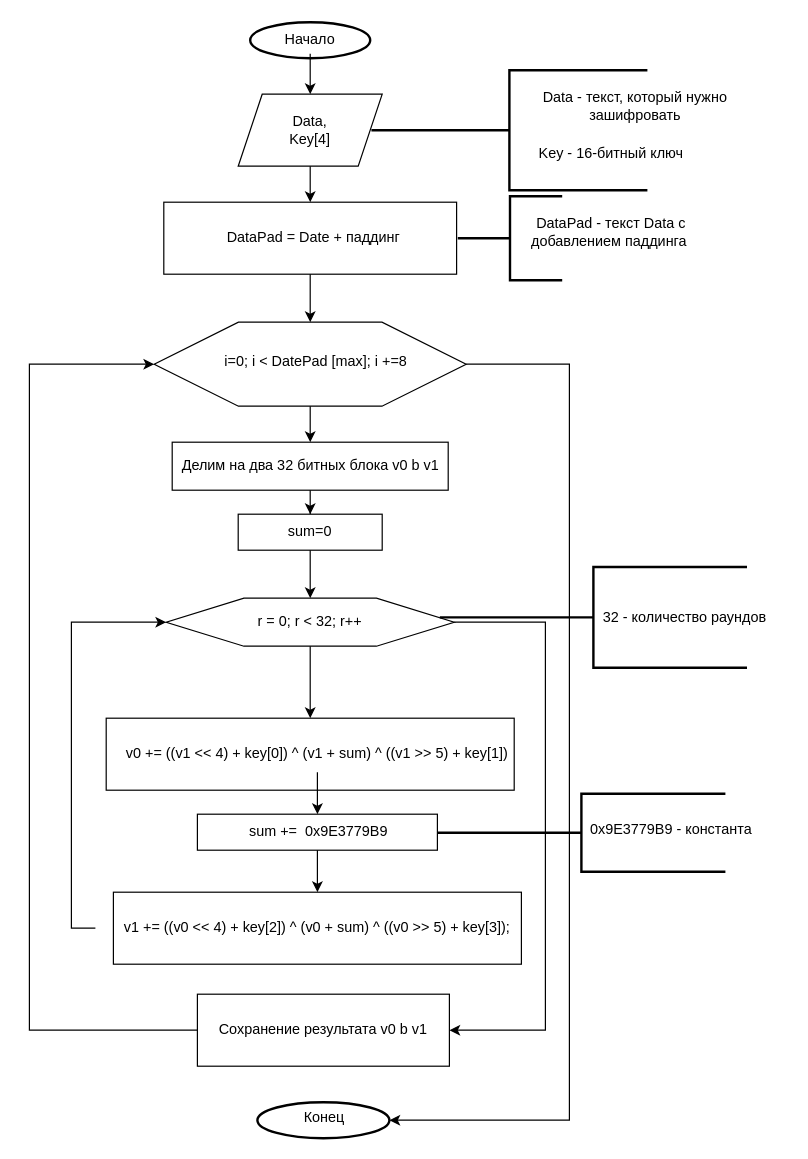
Before: Блок_схема_шифрования TEA.drawio in EvAnGEL0/databases, a draw.io diagram. Source tidied: cells renumbered, new cells numbered last; positions are measured from the earlier drawing's top-left corner, leaving out a move shared by most shapes. Both pictures are drawn from the tidied source at 120%, with x=0, y=0 at pixel (29, 22).
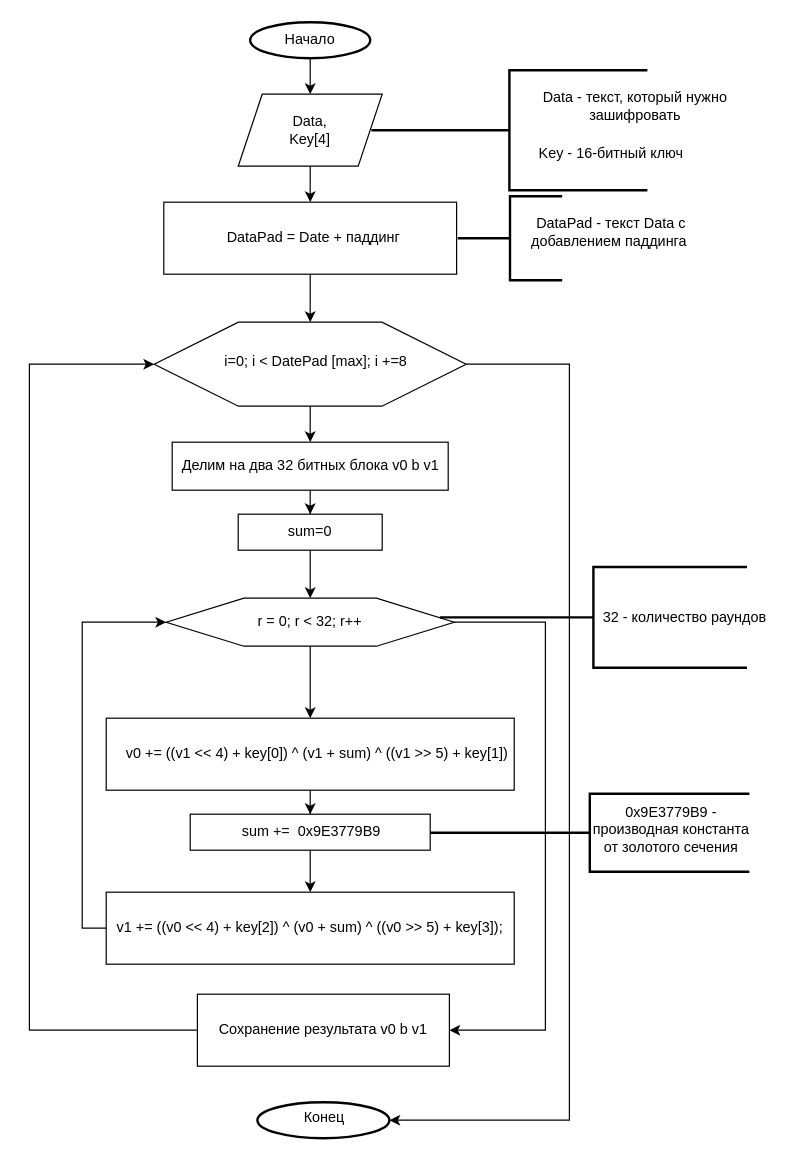
The same diagram, later.

Unchanged cells that the change refers to:
```xml
<mxCell id="3" style="strokeWidth=2;html=1;shape=mxgraph.flowchart.start_2;whiteSpace=wrap;" parent="2" vertex="1">
  <mxGeometry width="100" height="30" as="geometry" />
</mxCell>
<mxCell id="4" value="Начало" style="text;html=1;whiteSpace=wrap;strokeColor=none;fillColor=none;align=center;verticalAlign=middle;rounded=0;" parent="2" vertex="1">
  <mxGeometry x="20" y="3.8" width="60" height="22.5" as="geometry" />
</mxCell>
<mxCell id="9" style="shape=parallelogram;perimeter=parallelogramPerimeter;whiteSpace=wrap;html=1;fixedSize=1;" parent="8" vertex="1">
  <mxGeometry width="120" height="60" as="geometry" />
</mxCell>
<mxCell id="33" style="whiteSpace=wrap;html=1;" parent="1" vertex="1">
  <mxGeometry x="64" y="580" width="340" height="60" as="geometry" />
</mxCell>
<mxCell id="35" value="v0 += ((v1 &amp;lt;&amp;lt; 4) + key[0]) ^ (v1 + sum) ^ ((v1 &amp;gt;&amp;gt; 5) + key[1])" style="text;html=1;whiteSpace=wrap;strokeColor=none;fillColor=none;align=center;verticalAlign=middle;rounded=0;" parent="1" vertex="1">
  <mxGeometry x="70" y="595" width="340" height="30" as="geometry" />
</mxCell>
<mxCell id="37" style="verticalLabelPosition=bottom;verticalAlign=top;html=1;shape=hexagon;perimeter=hexagonPerimeter2;arcSize=6;size=0.27;" parent="36" vertex="1">
  <mxGeometry width="240" height="40" as="geometry" />
</mxCell>
<mxCell id="43" style="whiteSpace=wrap;html=1;" parent="42" vertex="1">
  <mxGeometry width="200" height="30" as="geometry" />
</mxCell>
<mxCell id="47" style="whiteSpace=wrap;html=1;" parent="46" vertex="1">
  <mxGeometry x="15" width="340" height="60" as="geometry" />
</mxCell>
<mxCell id="48" value="v1 += ((v0 &amp;lt;&amp;lt; 4) + key[2]) ^ (v0 + sum) ^ ((v0 &amp;gt;&amp;gt; 5) + key[3]);" style="text;html=1;whiteSpace=wrap;strokeColor=none;fillColor=none;align=center;verticalAlign=middle;rounded=0;" parent="46" vertex="1">
  <mxGeometry y="15" width="370" height="30" as="geometry" />
</mxCell>
```

Diff of the diagram source:
```diff
@@
-    <mxCell id="14" style="edgeStyle=orthogonalEdgeStyle;rounded=0;jettySize=auto;html=1;exitX=0.5;exitY=1;exitDx=0;exitDy=0;entryX=0.5;entryY=0;entryDx=0;entryDy=0;" parent="1" edge="1" source="4" target="9">
-      <mxGeometry relative="1" as="geometry" />
-    </mxCell>
@@
+    <mxCell id="60" style="edgeStyle=orthogonalEdgeStyle;rounded=0;jettySize=auto;html=1;entryX=0.5;entryY=0;entryDx=0;entryDy=0;" parent="1" edge="1" source="33" target="43">
+      <mxGeometry relative="1" as="geometry" />
+    </mxCell>
@@
-    <mxCell id="34" style="edgeStyle=orthogonalEdgeStyle;rounded=0;jettySize=auto;html=1;" parent="1" edge="1" source="35" target="43">
-      <mxGeometry relative="1" as="geometry" />
-    </mxCell>
@@
     <mxCell id="42" style="group;" parent="1" vertex="1">
-      <mxGeometry x="140" y="660" width="200" height="30" as="geometry" />
+      <mxGeometry x="134" y="660" width="200" height="30" as="geometry" />
     </mxCell>
@@
     <mxCell id="46" style="group;" parent="1" vertex="1">
-      <mxGeometry x="55" y="725" width="370" height="60" as="geometry" />
+      <mxGeometry x="49" y="725" width="370" height="60" as="geometry" />
     </mxCell>
@@
     <mxCell id="49" style="strokeWidth=2;html=1;shape=mxgraph.flowchart.annotation_2;align=left;labelPosition=right;" parent="1" vertex="1">
-      <mxGeometry x="340" y="643" width="240" height="65" as="geometry" />
+      <mxGeometry x="334" y="643" width="266" height="65" as="geometry" />
     </mxCell>
-    <mxCell id="50" value="0x9E3779B9 - константа" style="text;html=1;whiteSpace=wrap;strokeColor=none;fillColor=none;align=center;verticalAlign=middle;rounded=0;" parent="1" vertex="1">
+    <mxCell id="50" value="0x9E3779B9 - производная константа от золотого сечения" style="text;html=1;whiteSpace=wrap;strokeColor=none;fillColor=none;align=center;verticalAlign=middle;rounded=0;" parent="1" vertex="1">
       <mxGeometry x="465" y="658" width="140" height="30" as="geometry" />
     </mxCell>
-    <mxCell id="51" style="edgeStyle=orthogonalEdgeStyle;rounded=0;jettySize=auto;html=1;exitX=0;exitY=0.5;exitDx=0;exitDy=0;entryX=0;entryY=0.5;entryDx=0;entryDy=0;" parent="1" edge="1" source="48" target="37">
-      <mxGeometry relative="1" as="geometry" />
-    </mxCell>
@@
+    <mxCell id="61" style="edgeStyle=orthogonalEdgeStyle;rounded=0;jettySize=auto;html=1;entryX=0;entryY=0.5;entryDx=0;entryDy=0;" parent="1" edge="1" source="47" target="37">
+      <mxGeometry relative="1" as="geometry">
+        <Array as="points">
+          <mxPoint x="44" y="755" />
+          <mxPoint x="44" y="500" />
+        </Array>
+      </mxGeometry>
+    </mxCell>
+    <mxCell id="62" style="edgeStyle=orthogonalEdgeStyle;rounded=0;jettySize=auto;html=1;entryX=0.5;entryY=0;entryDx=0;entryDy=0;" parent="1" edge="1" source="3" target="9">
+      <mxGeometry relative="1" as="geometry" />
+    </mxCell>
```
